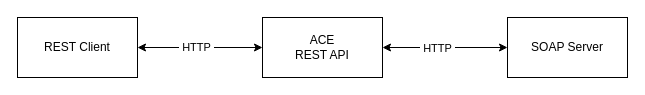
bridgecrew-perf6/local-deployment keeps this draw.io diagram as figures/ace-soapserver.drawio. Above is the earlier version. Source tidied: cells renumbered, new cells numbered last; positions are measured from the earlier drawing's top-left corner, leaving out a move shared by most shapes. Both pictures are drawn from the tidied source at 100%, with x=0, y=0 at pixel (17, 17).
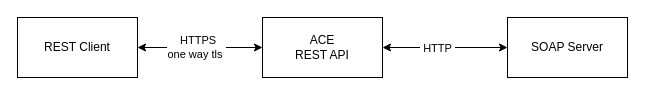
The same page after the edit.

Commit message:
One way tls figure

Diff of the diagram source:
```diff
@@
 <mxGraphModel>
   <root>
     <mxCell id="0" />
     <mxCell id="1" parent="0" />
     <mxCell id="2" style="edgeStyle=orthogonalEdgeStyle;rounded=0;jettySize=auto;html=1;entryX=0;entryY=0.5;entryDx=0;entryDy=0;startArrow=classic;startFill=1;" parent="1" edge="1" source="4" target="5">
       <mxGeometry relative="1" as="geometry" />
     </mxCell>
     <mxCell id="3" value="&amp;nbsp;HTTP&amp;nbsp;" style="edgeLabel;html=1;align=center;verticalAlign=middle;" parent="2" vertex="1">
       <mxGeometry x="-0.18" y="-2" relative="1" as="geometry">
         <mxPoint x="3.9" y="-2" as="offset" />
       </mxGeometry>
     </mxCell>
     <mxCell id="4" value="ACE&lt;br&gt;REST API" style="rounded=0;whiteSpace=wrap;html=1;" parent="1" vertex="1">
       <mxGeometry x="245" width="120" height="60" as="geometry" />
     </mxCell>
     <mxCell id="5" value="SOAP Server" style="rounded=0;whiteSpace=wrap;html=1;" parent="1" vertex="1">
       <mxGeometry x="490" width="120" height="60" as="geometry" />
     </mxCell>
     <mxCell id="6" style="edgeStyle=orthogonalEdgeStyle;rounded=0;jettySize=auto;html=1;entryX=0;entryY=0.5;entryDx=0;entryDy=0;startArrow=classic;startFill=1;" parent="1" edge="1" source="8" target="4">
       <mxGeometry relative="1" as="geometry" />
     </mxCell>
-    <mxCell id="7" value="&amp;nbsp;HTTP&amp;nbsp;" style="edgeLabel;html=1;align=center;verticalAlign=middle;" parent="6" vertex="1">
+    <mxCell id="7" value="&amp;nbsp;HTTPS&lt;br&gt;one way tls&amp;nbsp;" style="edgeLabel;html=1;align=center;verticalAlign=middle;" parent="6" vertex="1">
       <mxGeometry x="-0.07" y="1" relative="1" as="geometry" />
     </mxCell>
     <mxCell id="8" value="REST Client" style="rounded=0;whiteSpace=wrap;html=1;" parent="1" vertex="1">
       <mxGeometry width="120" height="60" as="geometry" />
     </mxCell>
   </root>
 </mxGraphModel>
```
